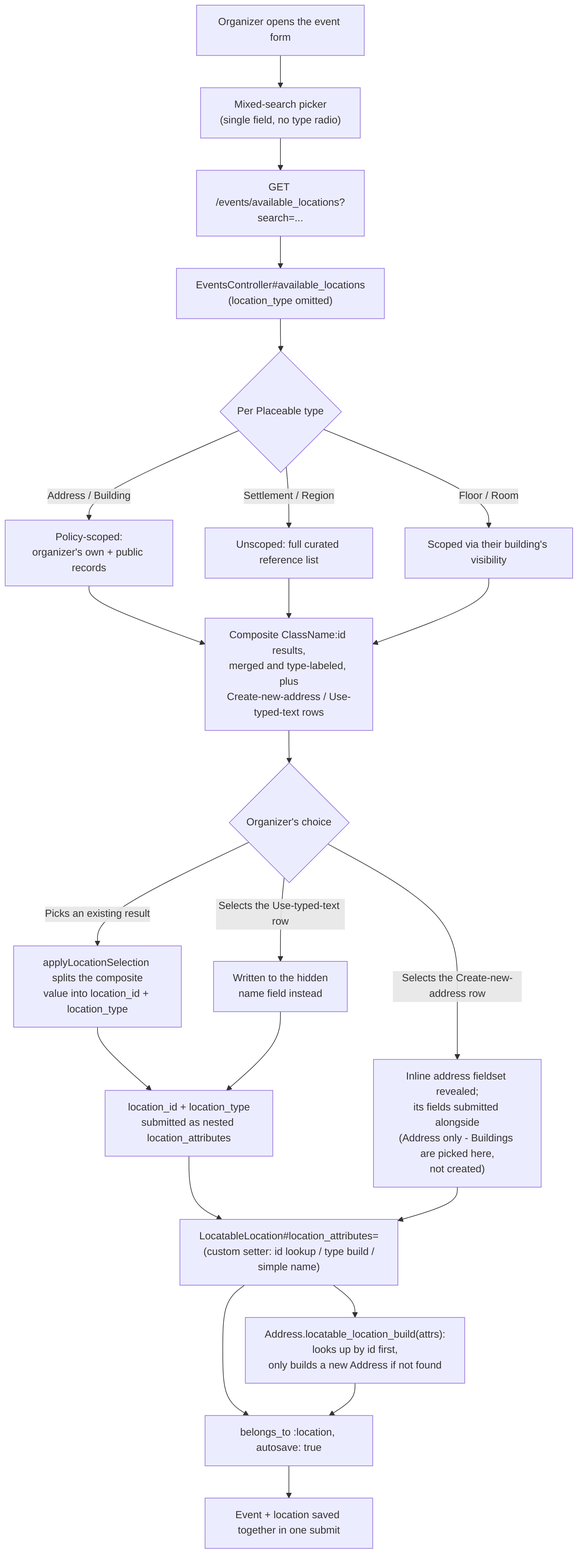
Above: docs/diagrams/exports/png/event_location_assignment_flow.png in better-together-org/community-engine-rails (Mermaid), before the change. Its source is kept beside it as docs/diagrams/source/event_location_assignment_flow.mmd.
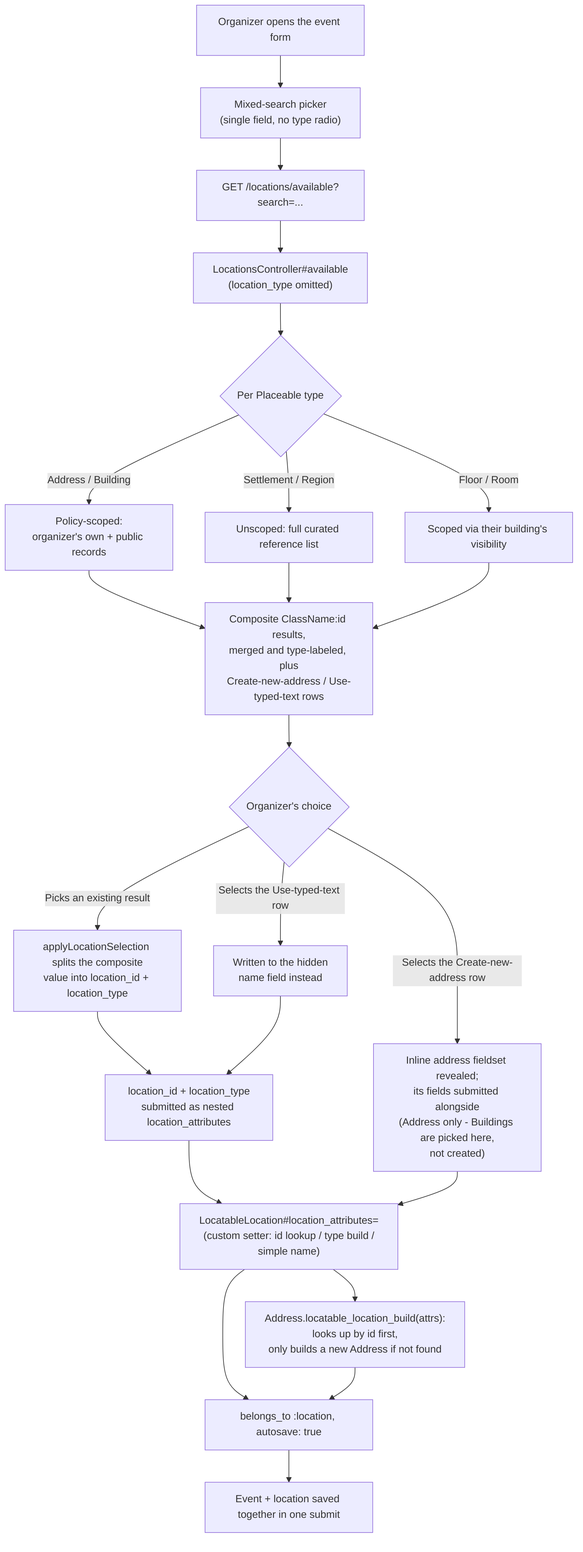
After the commit.

What changed in the source:
```diff
@@ -1,7 +1,7 @@
 flowchart TD
   A[Organizer opens the event form] --> B["Mixed-search picker\n(single field, no type radio)"]
-  B --> C["GET /events/available_locations?search=..."]
-  C --> D["EventsController#available_locations\n(location_type omitted)"]
+  B --> C["GET /locations/available?search=..."]
+  C --> D["LocationsController#available\n(location_type omitted)"]
   D --> E{Per Placeable type}
   E -->|Address / Building| F["Policy-scoped:\norganizer's own + public records"]
   E -->|Settlement / Region| G[Unscoped: full curated reference list]
```
